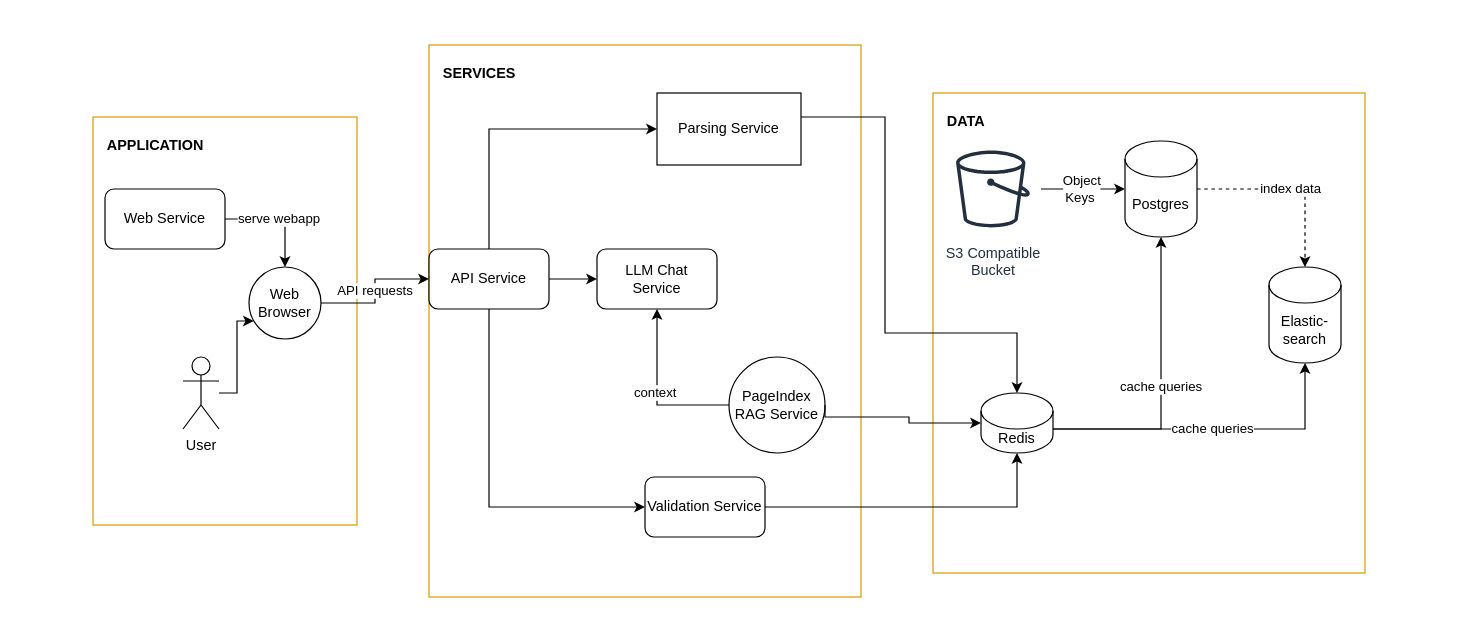
WeDontTestAnymore/Inspiron5Proposal keeps this draw.io diagram as architecture.drawio. Above is the earlier version. Source tidied: cells renumbered, new cells numbered last; positions are measured from the earlier drawing's top-left corner, leaving out a move shared by most shapes. Both pictures are drawn from the tidied source at 120%, with x=0, y=0 at pixel (20, 20).
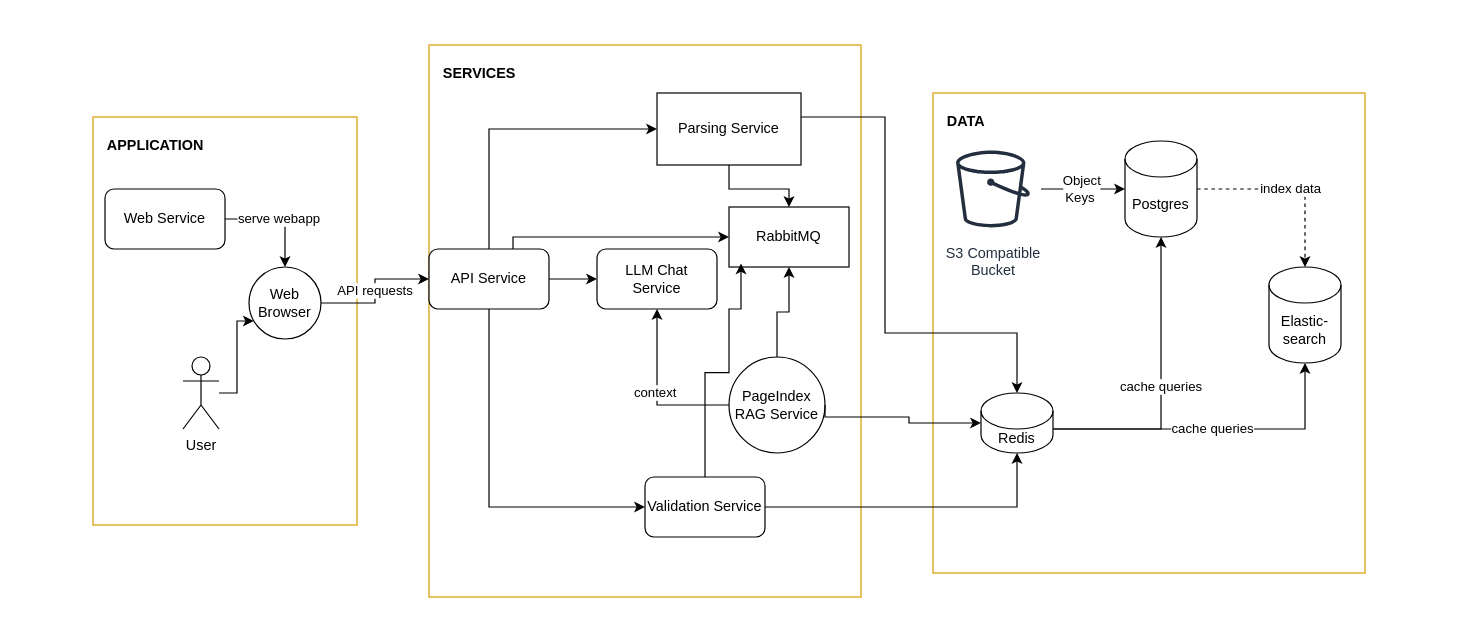
After the change.

The change refers to these unchanged cells:
```xml
<mxCell id="9" value="API Service" style="rounded=1;whiteSpace=wrap;html=1;" parent="1" vertex="1">
  <mxGeometry x="340" y="190" width="100" height="50" as="geometry" />
</mxCell>
<mxCell id="10" value="PageIndex&#10;RAG Service" style="ellipse;whiteSpace=wrap;html=1;" parent="1" vertex="1">
  <mxGeometry x="590" y="280" width="80" height="80" as="geometry" />
</mxCell>
<mxCell id="12" value="Validation Service" style="rounded=1;whiteSpace=wrap;html=1;" parent="1" vertex="1">
  <mxGeometry x="520" y="380" width="100" height="50" as="geometry" />
</mxCell>
<mxCell id="28" value="Parsing Service" style="rounded=0;whiteSpace=wrap;html=1;" parent="1" vertex="1">
  <mxGeometry x="530" y="60" width="120" height="60" as="geometry" />
</mxCell>
```

Change to the diagram source:
```diff
@@
+    <mxCell id="36" style="edgeStyle=orthogonalEdgeStyle;rounded=0;jettySize=auto;html=1;entryX=0;entryY=0.5;entryDx=0;entryDy=0;" parent="1" edge="1" source="9" target="39">
+      <mxGeometry relative="1" as="geometry">
+        <Array as="points">
+          <mxPoint x="410" y="180" />
+        </Array>
+      </mxGeometry>
+    </mxCell>
@@
+    <mxCell id="37" style="edgeStyle=orthogonalEdgeStyle;rounded=0;jettySize=auto;html=1;entryX=0.5;entryY=1;entryDx=0;entryDy=0;" parent="1" edge="1" source="10" target="39">
+      <mxGeometry relative="1" as="geometry" />
+    </mxCell>
@@
+    <mxCell id="38" style="edgeStyle=orthogonalEdgeStyle;rounded=0;jettySize=auto;html=1;" parent="1" edge="1" source="28" target="39">
+      <mxGeometry relative="1" as="geometry" />
+    </mxCell>
@@
+    <mxCell id="39" value="&lt;div&gt;RabbitMQ&lt;/div&gt;" style="rounded=0;whiteSpace=wrap;html=1;" parent="1" vertex="1">
+      <mxGeometry x="590" y="155" width="100" height="50" as="geometry" />
+    </mxCell>
+    <mxCell id="40" style="edgeStyle=orthogonalEdgeStyle;rounded=0;jettySize=auto;html=1;exitX=0.5;exitY=0;exitDx=0;exitDy=0;entryX=0.1;entryY=0.94;entryDx=0;entryDy=0;entryPerimeter=0;" parent="1" edge="1" source="12" target="39">
+      <mxGeometry relative="1" as="geometry">
+        <Array as="points">
+          <mxPoint x="570" y="293" />
+          <mxPoint x="590" y="293" />
+          <mxPoint x="590" y="240" />
+          <mxPoint x="600" y="240" />
+        </Array>
+      </mxGeometry>
+    </mxCell>
```
